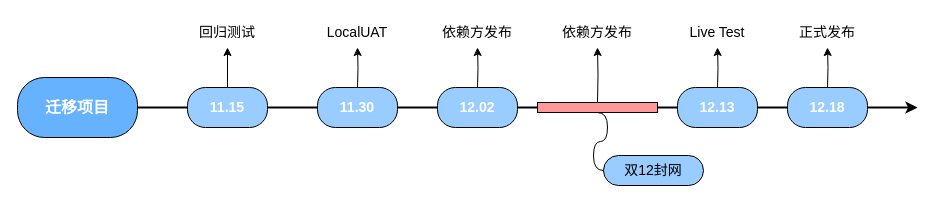
Before: 迁移TimeLine.drawio in DonnieLe/MyDocs, a draw.io diagram. Source tidied: cells renumbered, new cells numbered last; positions are measured from the earlier drawing's top-left corner, leaving out a move shared by most shapes. Both pictures are drawn from the tidied source at 100%, with x=0, y=0 at pixel (17, 17).
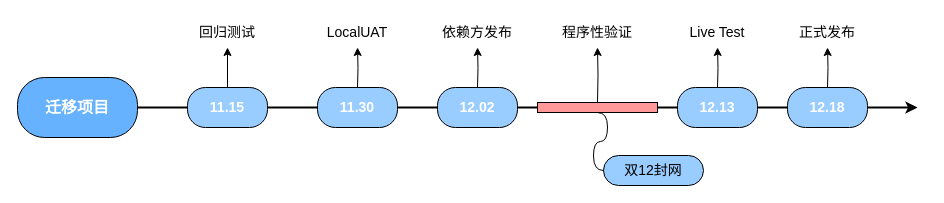
The same page after the edit.

What changed in the source:
```diff
@@
-    <mxCell id="25" value="依赖方发布" style="text;html=1;strokeColor=none;fillColor=none;align=center;verticalAlign=middle;whiteSpace=wrap;rounded=0;fontSize=14;" parent="1" vertex="1">
+    <mxCell id="25" value="程序性验证" style="text;html=1;strokeColor=none;fillColor=none;align=center;verticalAlign=middle;whiteSpace=wrap;rounded=0;fontSize=14;" parent="1" vertex="1">
       <mxGeometry x="540" width="80" height="30" as="geometry" />
     </mxCell>
```
